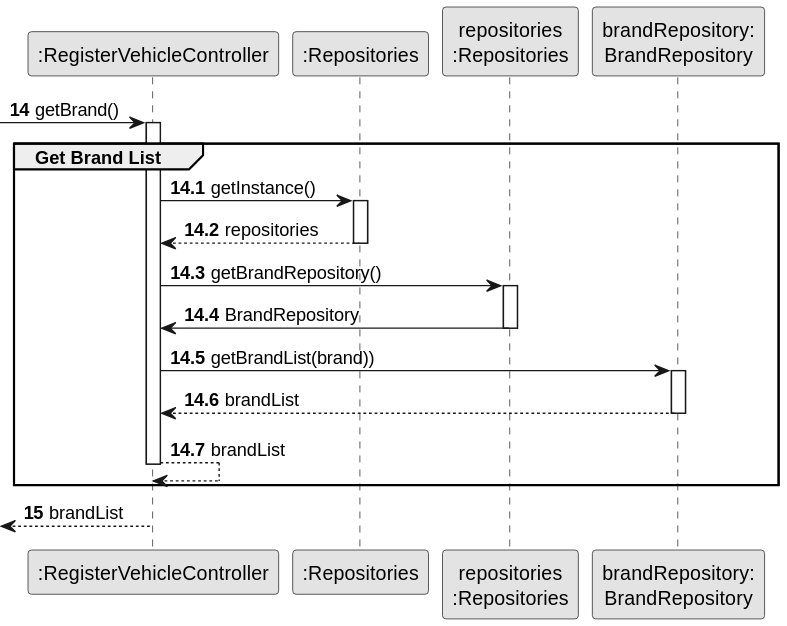
ricardomm7/leaflink keeps this PlantUML diagram as docs/sprintB/us006/03.design/svg/us006-sequence-diagram-partial-get-brand-list.svg. Above is the earlier version.
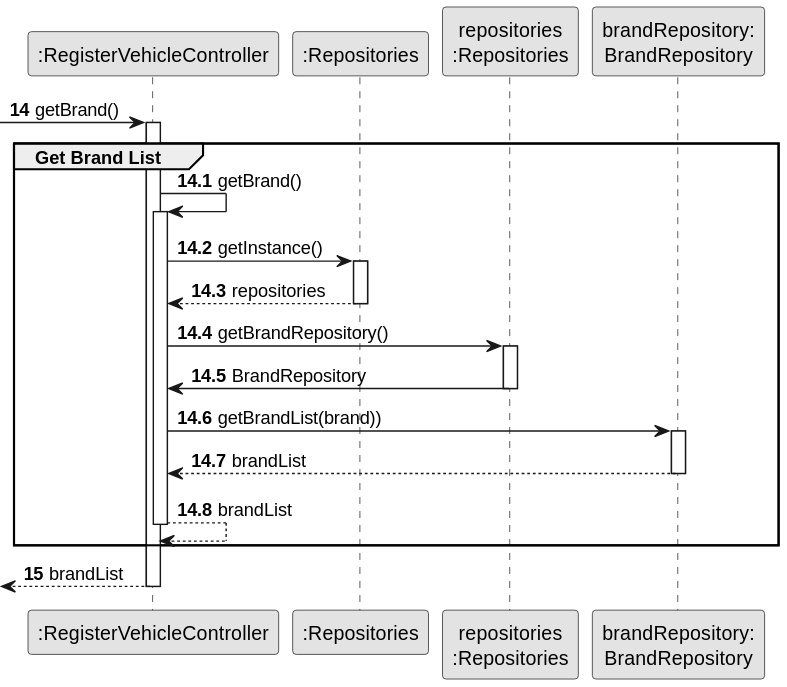
Above is the later version.

What changed in the source:
```diff
@@ -18,6 +18,9 @@
 activate CTRL
 
     group Get Brand List
+
+        CTRL -> CTRL: getBrand()
+        activate CTRL
 
             CTRL -> RepositorySingleton : getInstance()
                             activate RepositorySingleton
```
